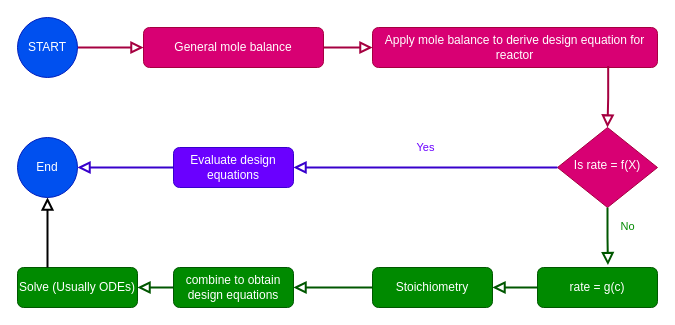
Before: assets/images/isothermal_reactor_design_algorithm.drawio in rputikar/chemical-reaction-engineering, a draw.io diagram. Source tidied: cells renumbered, new cells numbered last; positions are measured from the earlier drawing's top-left corner, leaving out a move shared by most shapes. Both pictures are drawn from the tidied source at 100%, with x=0, y=0 at pixel (17, 17).
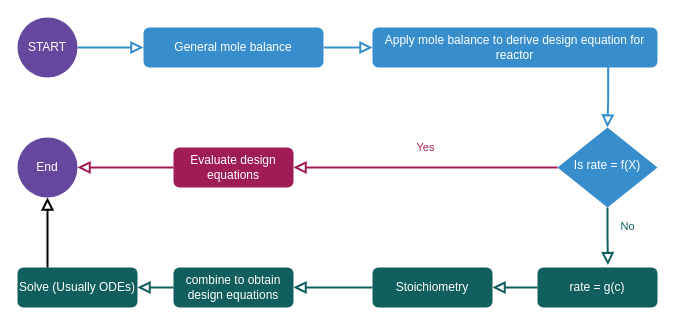
The same page after the edit.

The change refers to these unchanged cells:
```xml
<mxCell id="2" style="group;" parent="1" vertex="1">
  <mxGeometry width="640" height="290" as="geometry" />
</mxCell>
```

The edit, as a diff of the source:
```diff
@@
-    <mxCell id="3" value="General mole balance" style="rounded=1;whiteSpace=wrap;html=1;fontSize=12;glass=0;strokeWidth=1;shadow=0;fontFamily=IBM Plex Sans;fillColor=#d80073;fontColor=#ffffff;strokeColor=#A50040;" parent="2" vertex="1">
+    <mxCell id="3" value="General mole balance" style="rounded=1;whiteSpace=wrap;html=1;fontSize=12;glass=0;strokeWidth=1;shadow=0;fontFamily=IBM Plex Sans;fillColor=#388ecc;fontColor=#ffffff;strokeColor=none;" parent="2" vertex="1">
       <mxGeometry x="126" y="10" width="180" height="40" as="geometry" />
     </mxCell>
-    <mxCell id="4" style="edgeStyle=orthogonalEdgeStyle;rounded=0;jettySize=auto;html=1;labelBackgroundColor=none;endArrow=block;fontFamily=IBM Plex Sans;endFill=0;endSize=8;strokeWidth=2;shadow=0;fillColor=#d80073;strokeColor=#A50040;" parent="2" edge="1" source="5" target="3">
+    <mxCell id="4" style="edgeStyle=orthogonalEdgeStyle;rounded=0;jettySize=auto;html=1;labelBackgroundColor=none;endArrow=block;fontFamily=IBM Plex Sans;endFill=0;endSize=8;strokeWidth=2;shadow=0;fillColor=#d80073;strokeColor=#388ecc;" parent="2" edge="1" source="5" target="3">
       <mxGeometry relative="1" as="geometry" />
     </mxCell>
-    <mxCell id="5" value="START" style="ellipse;whiteSpace=wrap;html=1;fontFamily=IBM Plex Sans;fillColor=#0050ef;fontColor=#ffffff;strokeColor=#001DBC;" parent="2" vertex="1">
+    <mxCell id="5" value="START" style="ellipse;whiteSpace=wrap;html=1;fontFamily=IBM Plex Sans;fillColor=#65489d;fontColor=#ffffff;strokeColor=none;" parent="2" vertex="1">
       <mxGeometry width="60" height="60" as="geometry" />
     </mxCell>
-    <mxCell id="6" value="Evaluate design equations" style="rounded=1;whiteSpace=wrap;html=1;fontSize=12;glass=0;strokeWidth=1;shadow=0;fontFamily=IBM Plex Sans;fillColor=#6a00ff;fontColor=#ffffff;strokeColor=#3700CC;" parent="2" vertex="1">
+    <mxCell id="6" value="Evaluate design equations" style="rounded=1;whiteSpace=wrap;html=1;fontSize=12;glass=0;strokeWidth=1;shadow=0;fontFamily=IBM Plex Sans;fillColor=#9f1d54;fontColor=#ffffff;strokeColor=none;" parent="2" vertex="1">
       <mxGeometry x="156" y="130" width="120" height="40" as="geometry" />
     </mxCell>
-    <mxCell id="7" value="Apply mole balance to derive design equation for reactor" style="rounded=1;whiteSpace=wrap;html=1;fontSize=12;glass=0;strokeWidth=1;shadow=0;fontFamily=IBM Plex Sans;fillColor=#d80073;fontColor=#ffffff;strokeColor=#A50040;" parent="2" vertex="1">
+    <mxCell id="7" value="Apply mole balance to derive design equation for reactor" style="rounded=1;whiteSpace=wrap;html=1;fontSize=12;glass=0;strokeWidth=1;shadow=0;fontFamily=IBM Plex Sans;fillColor=#388ecc;fontColor=#ffffff;strokeColor=none;align=center;verticalAlign=middle;" parent="2" vertex="1">
       <mxGeometry x="355" y="10" width="285" height="40" as="geometry" />
     </mxCell>
-    <mxCell id="8" style="rounded=0;html=1;jettySize=auto;fontSize=11;endArrow=block;endFill=0;endSize=8;strokeWidth=2;shadow=0;labelBackgroundColor=none;edgeStyle=orthogonalEdgeStyle;fontFamily=IBM Plex Sans;exitX=1;exitY=0.5;exitDx=0;exitDy=0;entryX=0;entryY=0.5;entryDx=0;entryDy=0;fillColor=#d80073;strokeColor=#A50040;" parent="2" edge="1" source="3" target="7">
+    <mxCell id="8" style="rounded=0;html=1;jettySize=auto;fontSize=11;endArrow=block;endFill=0;endSize=8;strokeWidth=2;shadow=0;labelBackgroundColor=none;edgeStyle=orthogonalEdgeStyle;fontFamily=IBM Plex Sans;exitX=1;exitY=0.5;exitDx=0;exitDy=0;entryX=0;entryY=0.5;entryDx=0;entryDy=0;fillColor=#d80073;strokeColor=#388ecc;align=center;verticalAlign=middle;fontColor=default;" parent="2" edge="1" source="3" target="7">
       <mxGeometry relative="1" as="geometry" />
     </mxCell>
-    <mxCell id="9" value="rate = g(c)" style="rounded=1;whiteSpace=wrap;html=1;fontSize=12;glass=0;strokeWidth=1;shadow=0;fontFamily=IBM Plex Sans;fillColor=#008a00;fontColor=#ffffff;strokeColor=#005700;" parent="2" vertex="1">
+    <mxCell id="9" value="rate = g(c)" style="rounded=1;whiteSpace=wrap;html=1;fontSize=12;glass=0;strokeWidth=1;shadow=0;fontFamily=IBM Plex Sans;fillColor=#105e5d;fontColor=#ffffff;strokeColor=none;" parent="2" vertex="1">
       <mxGeometry x="520" y="250" width="120" height="40" as="geometry" />
     </mxCell>
-    <mxCell id="10" value="Is rate = f(X)" style="rhombus;whiteSpace=wrap;html=1;shadow=0;fontFamily=IBM Plex Sans;fontSize=12;align=center;strokeWidth=1;spacing=6;spacingTop=-4;fillColor=#d80073;fontColor=#ffffff;strokeColor=#A50040;" parent="2" vertex="1">
+    <mxCell id="10" value="Is rate = f(X)" style="rhombus;whiteSpace=wrap;html=1;shadow=0;fontFamily=IBM Plex Sans;fontSize=12;align=center;strokeWidth=1;spacing=6;spacingTop=-4;fillColor=#388ecc;fontColor=#ffffff;strokeColor=none;rounded=1;glass=0;verticalAlign=middle;arcSize=0;" parent="2" vertex="1">
       <mxGeometry x="540" y="110" width="100" height="80" as="geometry" />
     </mxCell>
-    <mxCell id="11" value="&lt;font color=&quot;#6a00ff&quot;&gt;Yes&lt;/font&gt;" style="edgeStyle=orthogonalEdgeStyle;rounded=0;html=1;jettySize=auto;fontSize=11;endArrow=block;endFill=0;endSize=8;strokeWidth=2;shadow=0;labelBackgroundColor=none;fontFamily=IBM Plex Sans;exitX=0;exitY=0.5;exitDx=0;exitDy=0;fillColor=#6a00ff;strokeColor=#3700CC;" parent="2" edge="1" source="10" target="6">
+    <mxCell id="11" value="&lt;font color=&quot;#9f1d54&quot;&gt;Yes&lt;/font&gt;" style="edgeStyle=orthogonalEdgeStyle;rounded=0;html=1;jettySize=auto;fontSize=11;endArrow=block;endFill=0;endSize=8;strokeWidth=2;shadow=0;labelBackgroundColor=none;fontFamily=IBM Plex Sans;exitX=0;exitY=0.5;exitDx=0;exitDy=0;fillColor=#6a00ff;strokeColor=#9f1d54;" parent="2" edge="1" source="10" target="6">
       <mxGeometry y="-20" relative="1" as="geometry" />
     </mxCell>
-    <mxCell id="12" style="edgeStyle=orthogonalEdgeStyle;rounded=0;jettySize=auto;html=1;exitX=0.827;exitY=0.962;exitDx=0;exitDy=0;exitPerimeter=0;labelBackgroundColor=none;endArrow=block;fontFamily=IBM Plex Sans;endFill=0;endSize=8;strokeWidth=2;shadow=0;fillColor=#d80073;strokeColor=#A50040;" parent="2" edge="1" source="7" target="10">
+    <mxCell id="12" style="edgeStyle=orthogonalEdgeStyle;rounded=0;jettySize=auto;html=1;exitX=0.827;exitY=0.962;exitDx=0;exitDy=0;exitPerimeter=0;labelBackgroundColor=none;endArrow=block;fontFamily=IBM Plex Sans;endFill=0;endSize=8;strokeWidth=2;shadow=0;fillColor=#d80073;strokeColor=#388ecc;align=center;verticalAlign=middle;fontSize=11;fontColor=default;" parent="2" edge="1" source="7" target="10">
       <mxGeometry relative="1" as="geometry" />
     </mxCell>
-    <mxCell id="13" value="&lt;font color=&quot;#008a00&quot;&gt;No&lt;/font&gt;" style="rounded=0;html=1;jettySize=auto;fontSize=11;endArrow=block;endFill=0;endSize=8;strokeWidth=2;shadow=0;labelBackgroundColor=none;edgeStyle=orthogonalEdgeStyle;fontFamily=IBM Plex Sans;exitX=0.5;exitY=1;exitDx=0;exitDy=0;entryX=0.587;entryY=-0.06;entryDx=0;entryDy=0;entryPerimeter=0;fillColor=#008a00;strokeColor=#005700;" parent="2" edge="1" source="10" target="9">
+    <mxCell id="13" value="&lt;font color=&quot;#105e5d&quot;&gt;No&lt;/font&gt;" style="rounded=0;html=1;jettySize=auto;fontSize=11;endArrow=block;endFill=0;endSize=8;strokeWidth=2;shadow=0;labelBackgroundColor=none;edgeStyle=orthogonalEdgeStyle;fontFamily=IBM Plex Sans;exitX=0.5;exitY=1;exitDx=0;exitDy=0;entryX=0.587;entryY=-0.06;entryDx=0;entryDy=0;entryPerimeter=0;fillColor=#008a00;strokeColor=#105e5d;" parent="2" edge="1" source="10" target="9">
       <mxGeometry x="-0.33" y="20" relative="1" as="geometry" />
     </mxCell>
-    <mxCell id="14" value="Stoichiometry" style="rounded=1;whiteSpace=wrap;html=1;fontSize=12;glass=0;strokeWidth=1;shadow=0;fontFamily=IBM Plex Sans;fillColor=#008a00;fontColor=#ffffff;strokeColor=#005700;" parent="2" vertex="1">
+    <mxCell id="14" value="Stoichiometry" style="rounded=1;whiteSpace=wrap;html=1;fontSize=12;glass=0;strokeWidth=1;shadow=0;fontFamily=IBM Plex Sans;fillColor=#105e5d;fontColor=#ffffff;strokeColor=none;align=center;verticalAlign=middle;" parent="2" vertex="1">
       <mxGeometry x="355" y="250" width="120" height="40" as="geometry" />
     </mxCell>
-    <mxCell id="15" style="edgeStyle=orthogonalEdgeStyle;rounded=0;jettySize=auto;html=1;labelBackgroundColor=none;endArrow=block;fontFamily=IBM Plex Sans;endFill=0;endSize=8;strokeWidth=2;shadow=0;strokeColor=#005700;fillColor=#008a00;" parent="2" edge="1" source="9" target="14">
+    <mxCell id="15" style="edgeStyle=orthogonalEdgeStyle;rounded=0;jettySize=auto;html=1;labelBackgroundColor=none;endArrow=block;fontFamily=IBM Plex Sans;endFill=0;endSize=8;strokeWidth=2;shadow=0;strokeColor=#105e5d;fillColor=#008a00;align=center;verticalAlign=middle;fontSize=11;fontColor=default;" parent="2" edge="1" source="9" target="14">
       <mxGeometry relative="1" as="geometry" />
     </mxCell>
-    <mxCell id="16" value="combine to obtain design equations" style="rounded=1;whiteSpace=wrap;html=1;fontSize=12;glass=0;strokeWidth=1;shadow=0;fontFamily=IBM Plex Sans;fillColor=#008a00;fontColor=#ffffff;strokeColor=#005700;" parent="2" vertex="1">
+    <mxCell id="16" value="combine to obtain design equations" style="rounded=1;whiteSpace=wrap;html=1;fontSize=12;glass=0;strokeWidth=1;shadow=0;fontFamily=IBM Plex Sans;fillColor=#105e5d;fontColor=#ffffff;strokeColor=none;align=center;verticalAlign=middle;" parent="2" vertex="1">
       <mxGeometry x="156" y="250" width="120" height="40" as="geometry" />
     </mxCell>
-    <mxCell id="17" style="edgeStyle=orthogonalEdgeStyle;rounded=0;jettySize=auto;html=1;labelBackgroundColor=none;endArrow=block;fontFamily=IBM Plex Sans;endFill=0;endSize=8;strokeWidth=2;shadow=0;strokeColor=#005700;fillColor=#008a00;" parent="2" edge="1" source="14" target="16">
+    <mxCell id="17" style="edgeStyle=orthogonalEdgeStyle;rounded=0;jettySize=auto;html=1;labelBackgroundColor=none;endArrow=block;fontFamily=IBM Plex Sans;endFill=0;endSize=8;strokeWidth=2;shadow=0;strokeColor=#105e5d;fillColor=#008a00;align=center;verticalAlign=middle;fontSize=11;fontColor=default;" parent="2" edge="1" source="14" target="16">
       <mxGeometry relative="1" as="geometry" />
     </mxCell>
-    <mxCell id="18" value="Solve (Usually ODEs)" style="rounded=1;whiteSpace=wrap;html=1;fontSize=12;glass=0;strokeWidth=1;shadow=0;fontFamily=IBM Plex Sans;fillColor=#008a00;fontColor=#ffffff;strokeColor=#005700;" parent="2" vertex="1">
+    <mxCell id="18" value="Solve (Usually ODEs)" style="rounded=1;whiteSpace=wrap;html=1;fontSize=12;glass=0;strokeWidth=1;shadow=0;fontFamily=IBM Plex Sans;fillColor=#105e5d;fontColor=#ffffff;strokeColor=none;align=center;verticalAlign=middle;" parent="2" vertex="1">
       <mxGeometry y="250" width="120" height="40" as="geometry" />
     </mxCell>
-    <mxCell id="19" style="edgeStyle=orthogonalEdgeStyle;rounded=0;jettySize=auto;html=1;entryX=1;entryY=0.5;entryDx=0;entryDy=0;labelBackgroundColor=none;endArrow=block;fontFamily=IBM Plex Sans;endFill=0;endSize=8;strokeWidth=2;shadow=0;strokeColor=#005700;fillColor=#008a00;" parent="2" edge="1" source="16" target="18">
+    <mxCell id="19" style="edgeStyle=orthogonalEdgeStyle;rounded=0;jettySize=auto;html=1;entryX=1;entryY=0.5;entryDx=0;entryDy=0;labelBackgroundColor=none;endArrow=block;fontFamily=IBM Plex Sans;endFill=0;endSize=8;strokeWidth=2;shadow=0;strokeColor=#105e5d;fillColor=#008a00;align=center;verticalAlign=middle;fontSize=11;fontColor=default;" parent="2" edge="1" source="16" target="18">
       <mxGeometry relative="1" as="geometry" />
     </mxCell>
-    <mxCell id="20" value="End" style="ellipse;whiteSpace=wrap;html=1;fontFamily=IBM Plex Sans;fillColor=#0050ef;fontColor=#ffffff;strokeColor=#001DBC;" parent="2" vertex="1">
+    <mxCell id="20" value="End" style="ellipse;whiteSpace=wrap;html=1;fontFamily=IBM Plex Sans;fillColor=#65489d;fontColor=#ffffff;strokeColor=none;align=center;verticalAlign=middle;fontSize=12;" parent="2" vertex="1">
       <mxGeometry y="120" width="60" height="60" as="geometry" />
     </mxCell>
-    <mxCell id="21" style="edgeStyle=orthogonalEdgeStyle;rounded=0;jettySize=auto;html=1;labelBackgroundColor=none;endArrow=block;fontFamily=IBM Plex Sans;endFill=0;endSize=8;strokeWidth=2;shadow=0;fillColor=#6a00ff;strokeColor=#3700CC;" parent="2" edge="1" source="6" target="20">
+    <mxCell id="21" style="edgeStyle=orthogonalEdgeStyle;rounded=0;jettySize=auto;html=1;labelBackgroundColor=none;endArrow=block;fontFamily=IBM Plex Sans;endFill=0;endSize=8;strokeWidth=2;shadow=0;fillColor=#6a00ff;strokeColor=#9f1d54;align=center;verticalAlign=middle;fontSize=11;fontColor=default;" parent="2" edge="1" source="6" target="20">
       <mxGeometry relative="1" as="geometry" />
     </mxCell>
```
